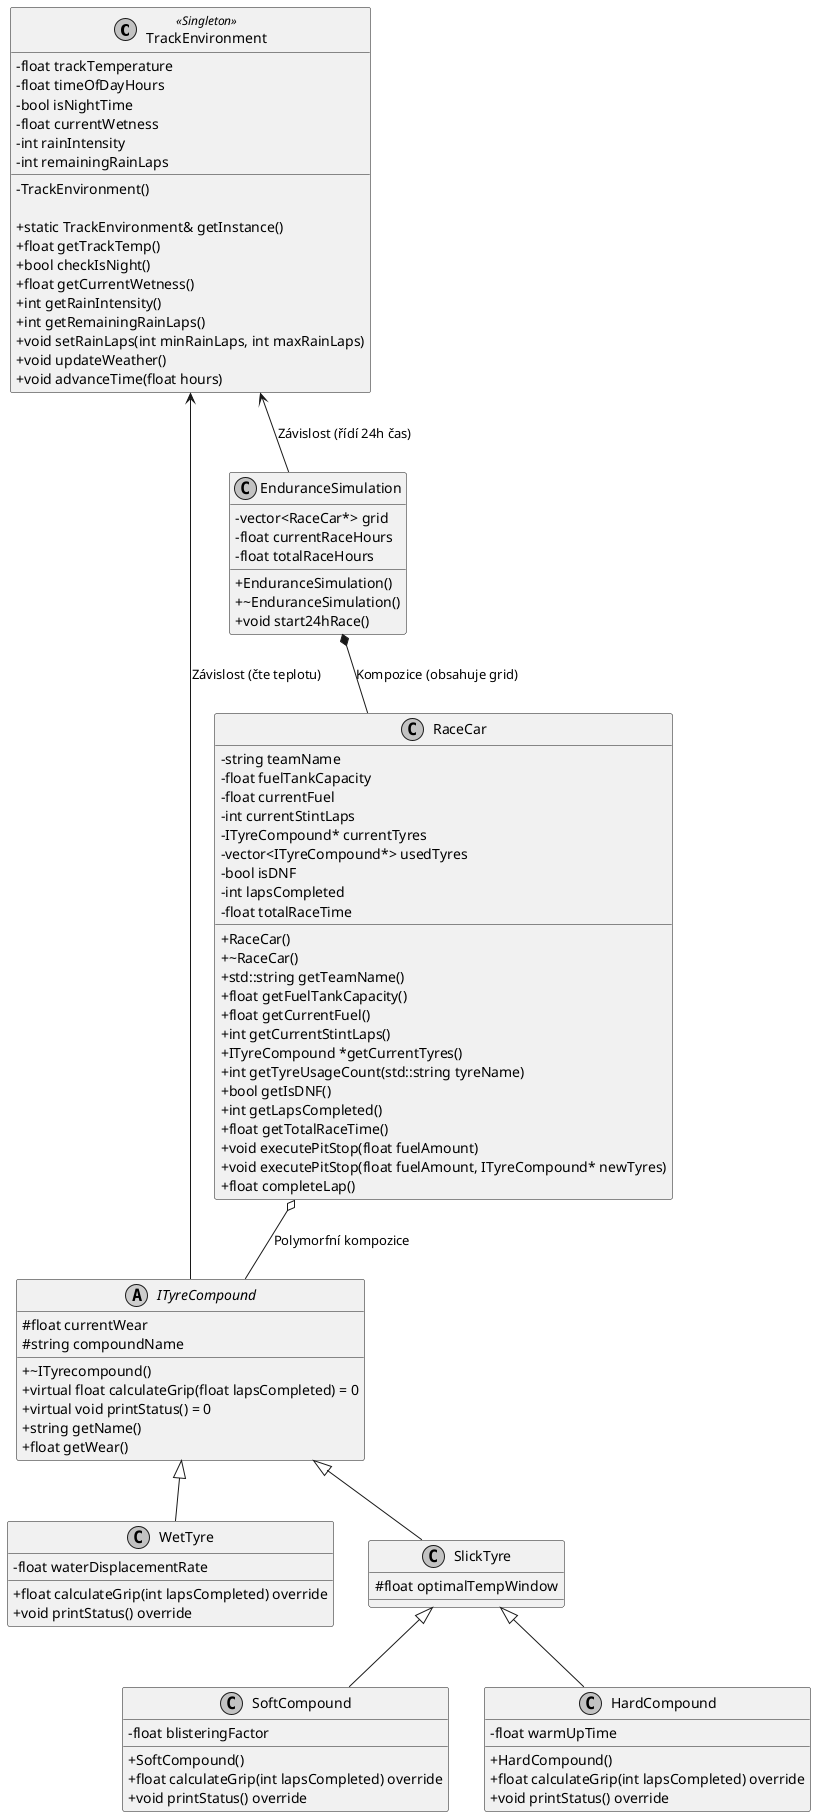
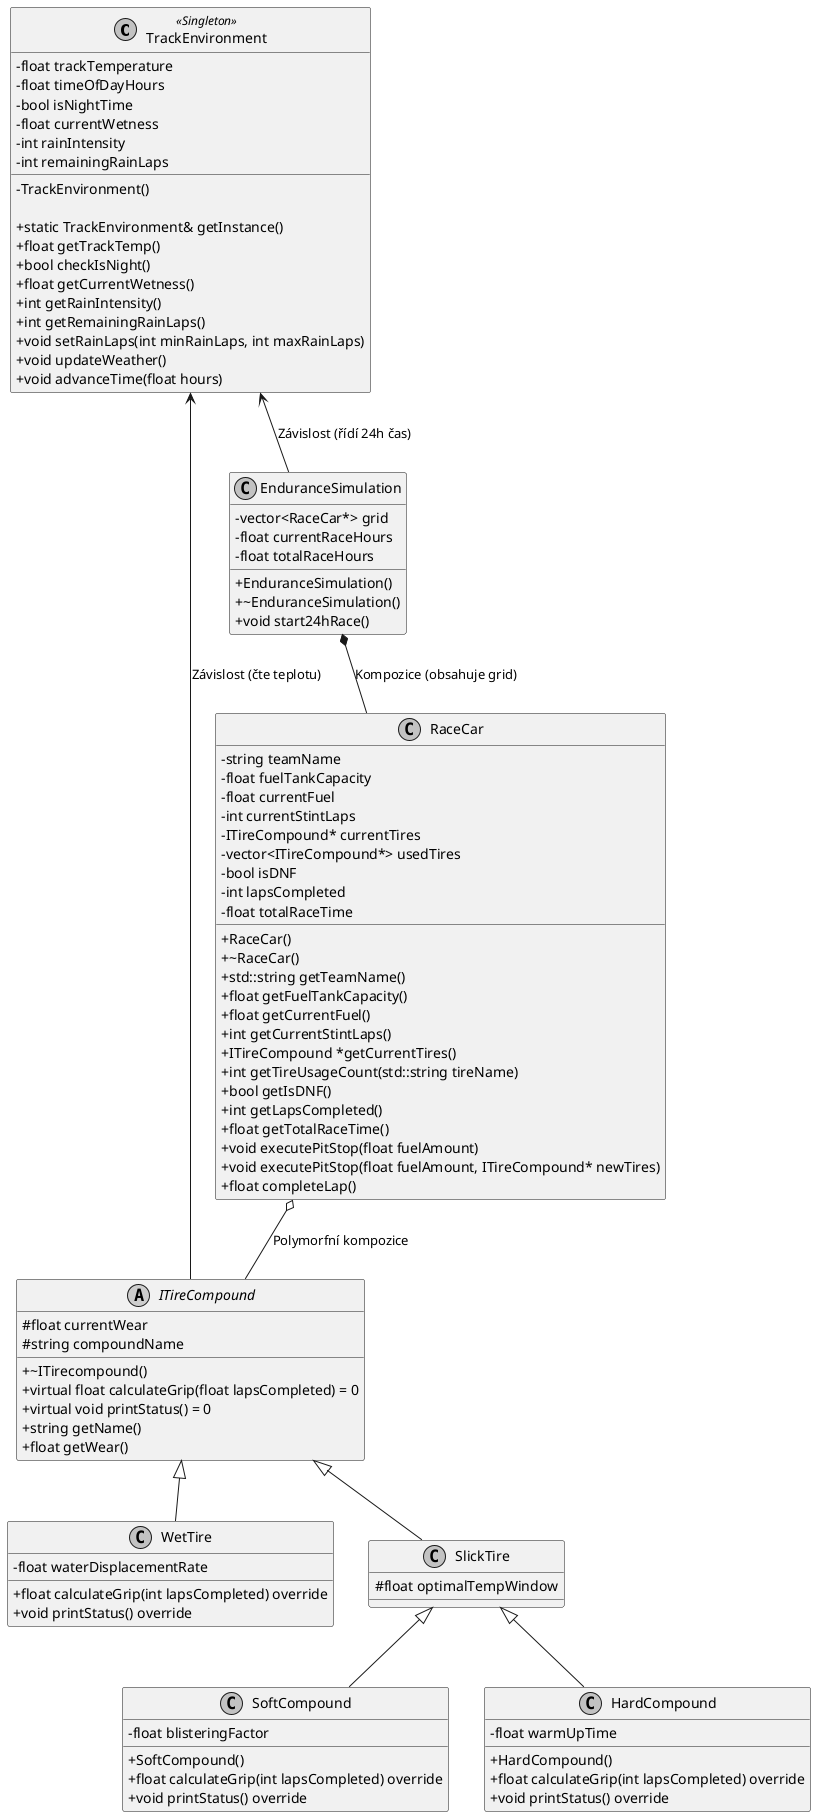
- @startuml tyreStrategySimDiagram
+ @startuml tireStrategySimDiagram
skinparam classAttributeIconSize 0
skinparam monochrome true

class TrackEnvironment <<Singleton>> {
  - float trackTemperature
  - float timeOfDayHours
  - bool isNightTime
  - float currentWetness
  - int rainIntensity
  - int remainingRainLaps
  - TrackEnvironment()

  + static TrackEnvironment& getInstance()
  + float getTrackTemp()
  + bool checkIsNight()
  + float getCurrentWetness()
  + int getRainIntensity()
  + int getRemainingRainLaps()
  + void setRainLaps(int minRainLaps, int maxRainLaps)
  + void updateWeather()
  + void advanceTime(float hours)
}

- abstract class ITyreCompound {
+ abstract class ITireCompound {
  # float currentWear
  # string compoundName

-   + ~ITyrecompound()
+   + ~ITirecompound()
  + virtual float calculateGrip(float lapsCompleted) = 0
  + virtual void printStatus() = 0
  + string getName()
  + float getWear()
}

- class WetTyre {
+ class WetTire {
  - float waterDisplacementRate

  + float calculateGrip(int lapsCompleted) override
  + void printStatus() override
}

- class SlickTyre {
+ class SlickTire {
  # float optimalTempWindow
}

class SoftCompound {
  - float blisteringFactor

  + SoftCompound()
  + float calculateGrip(int lapsCompleted) override
  + void printStatus() override
}

class HardCompound {
  - float warmUpTime

  + HardCompound()
  + float calculateGrip(int lapsCompleted) override
  + void printStatus() override
}

class RaceCar {
  - string teamName
  - float fuelTankCapacity
  - float currentFuel
  - int currentStintLaps
-   - ITyreCompound* currentTyres
-   - vector<ITyreCompound*> usedTyres
+   - ITireCompound* currentTires
+   - vector<ITireCompound*> usedTires
  - bool isDNF
  - int lapsCompleted
  - float totalRaceTime

  + RaceCar()
  + ~RaceCar()
  + std::string getTeamName()
  + float getFuelTankCapacity()
  + float getCurrentFuel()
  + int getCurrentStintLaps()
-   + ITyreCompound *getCurrentTyres()
-   + int getTyreUsageCount(std::string tyreName)
+   + ITireCompound *getCurrentTires()
+   + int getTireUsageCount(std::string tireName)
  + bool getIsDNF()
  + int getLapsCompleted()
  + float getTotalRaceTime()
  + void executePitStop(float fuelAmount)
-   + void executePitStop(float fuelAmount, ITyreCompound* newTyres)
+   + void executePitStop(float fuelAmount, ITireCompound* newTires)
  + float completeLap()
}

class EnduranceSimulation {
  - vector<RaceCar*> grid
  - float currentRaceHours
  - float totalRaceHours

  + EnduranceSimulation()
  + ~EnduranceSimulation()
  + void start24hRace()
}

- ITyreCompound <|-- WetTyre
- ITyreCompound <|-- SlickTyre
- SlickTyre <|-- SoftCompound
- SlickTyre <|-- HardCompound
+ ITireCompound <|-- WetTire
+ ITireCompound <|-- SlickTire
+ SlickTire <|-- SoftCompound
+ SlickTire <|-- HardCompound

- RaceCar o-- ITyreCompound : "Polymorfní kompozice"
+ RaceCar o-- ITireCompound : "Polymorfní kompozice"
EnduranceSimulation *-- RaceCar : "Kompozice (obsahuje grid)"
- TrackEnvironment <-- ITyreCompound : "Závislost (čte teplotu)"
+ TrackEnvironment <-- ITireCompound : "Závislost (čte teplotu)"
TrackEnvironment <-- EnduranceSimulation : "Závislost (řídí 24h čas)"
@enduml